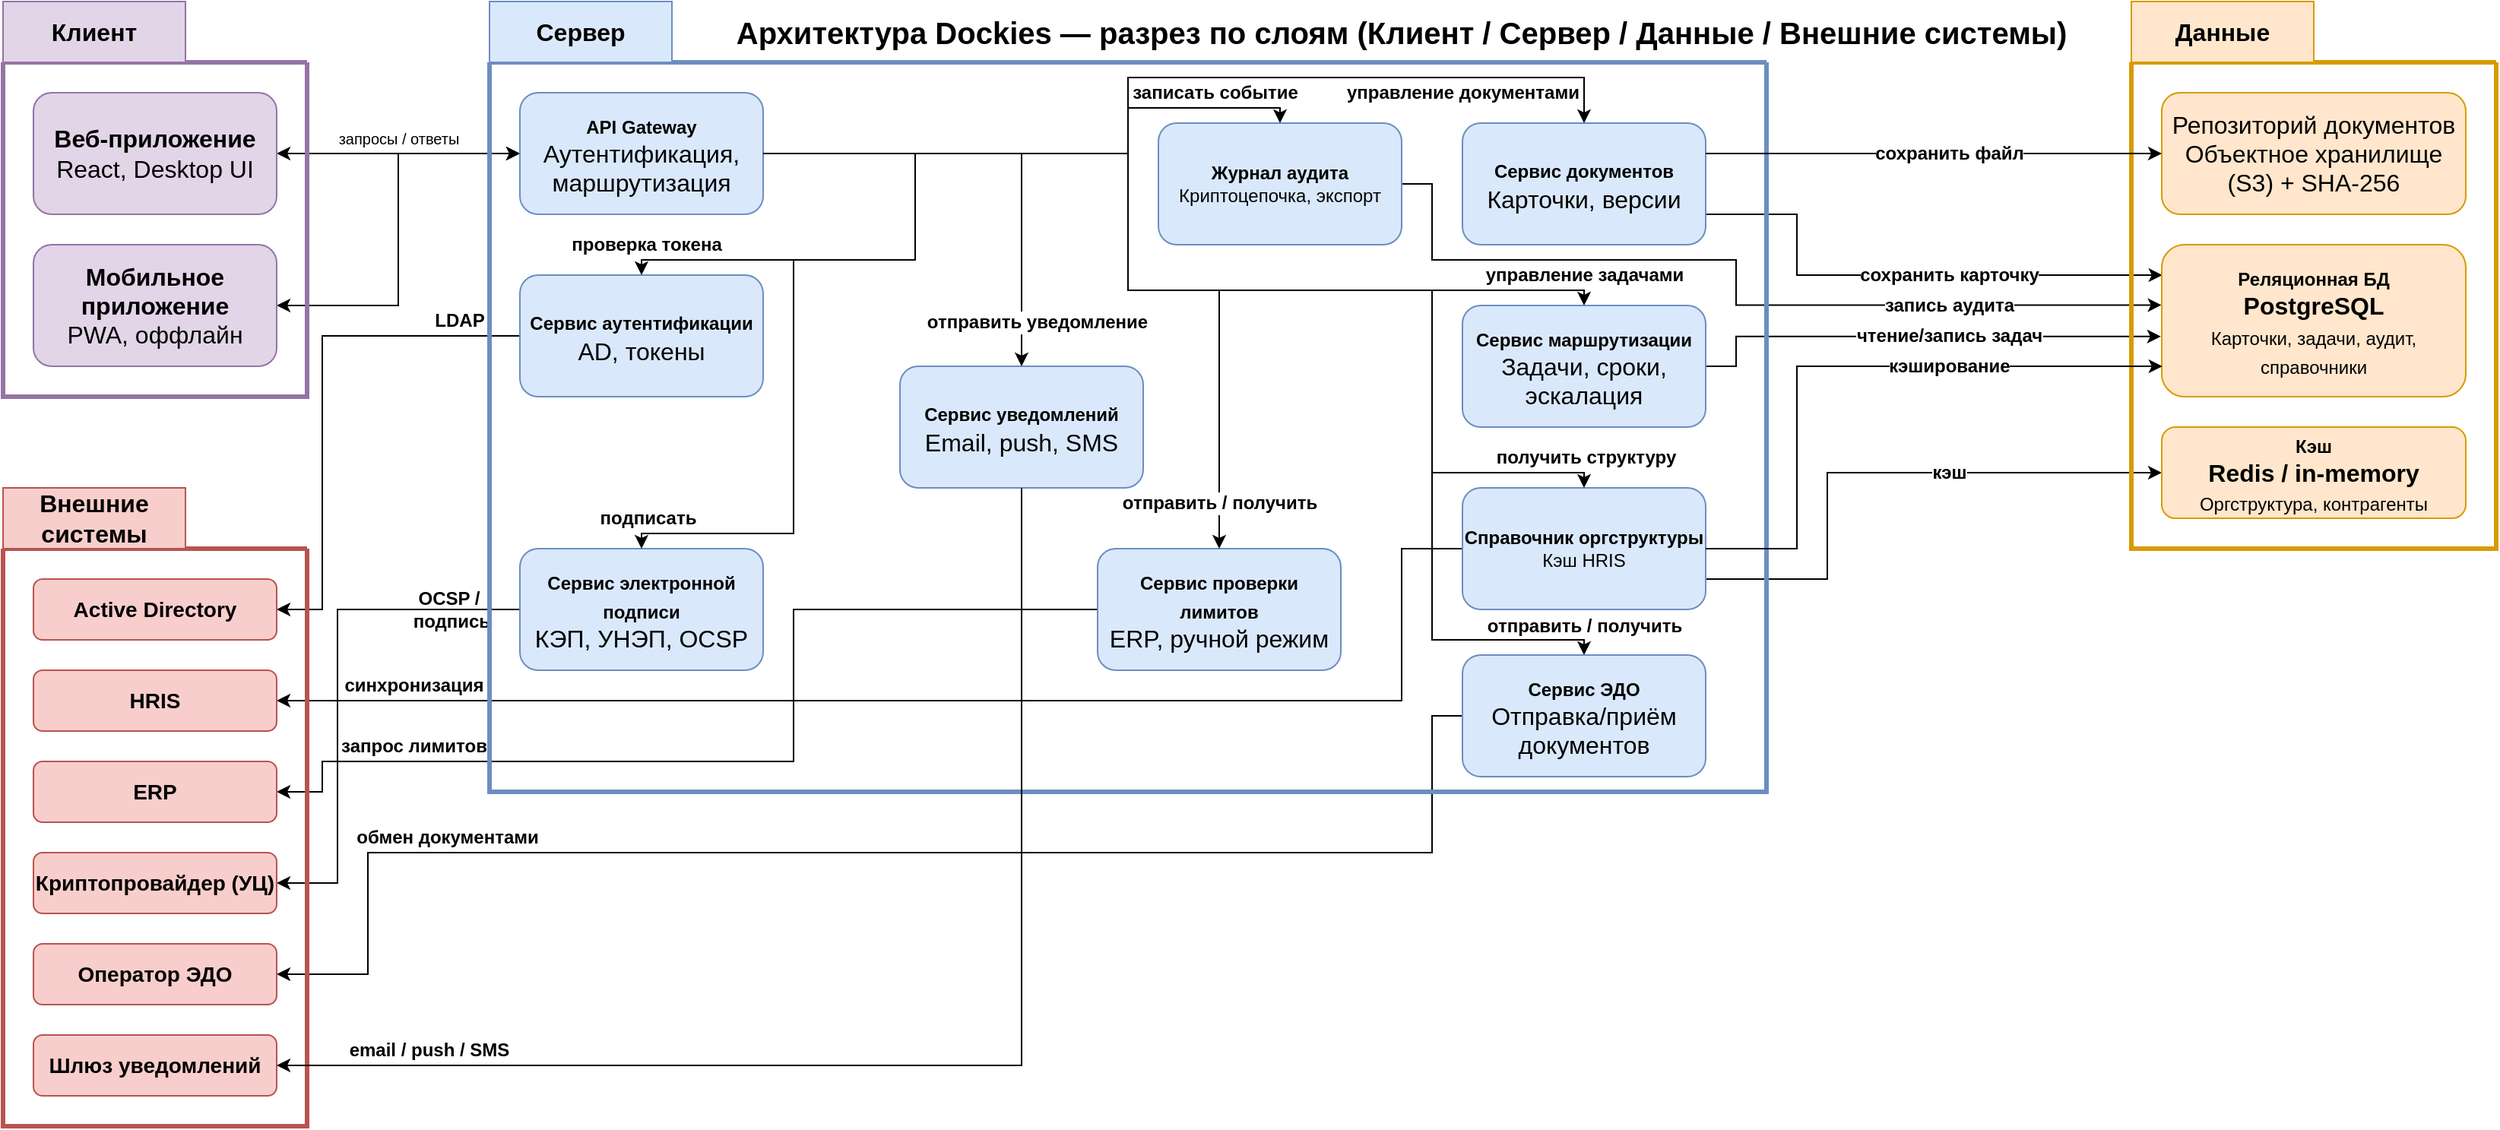
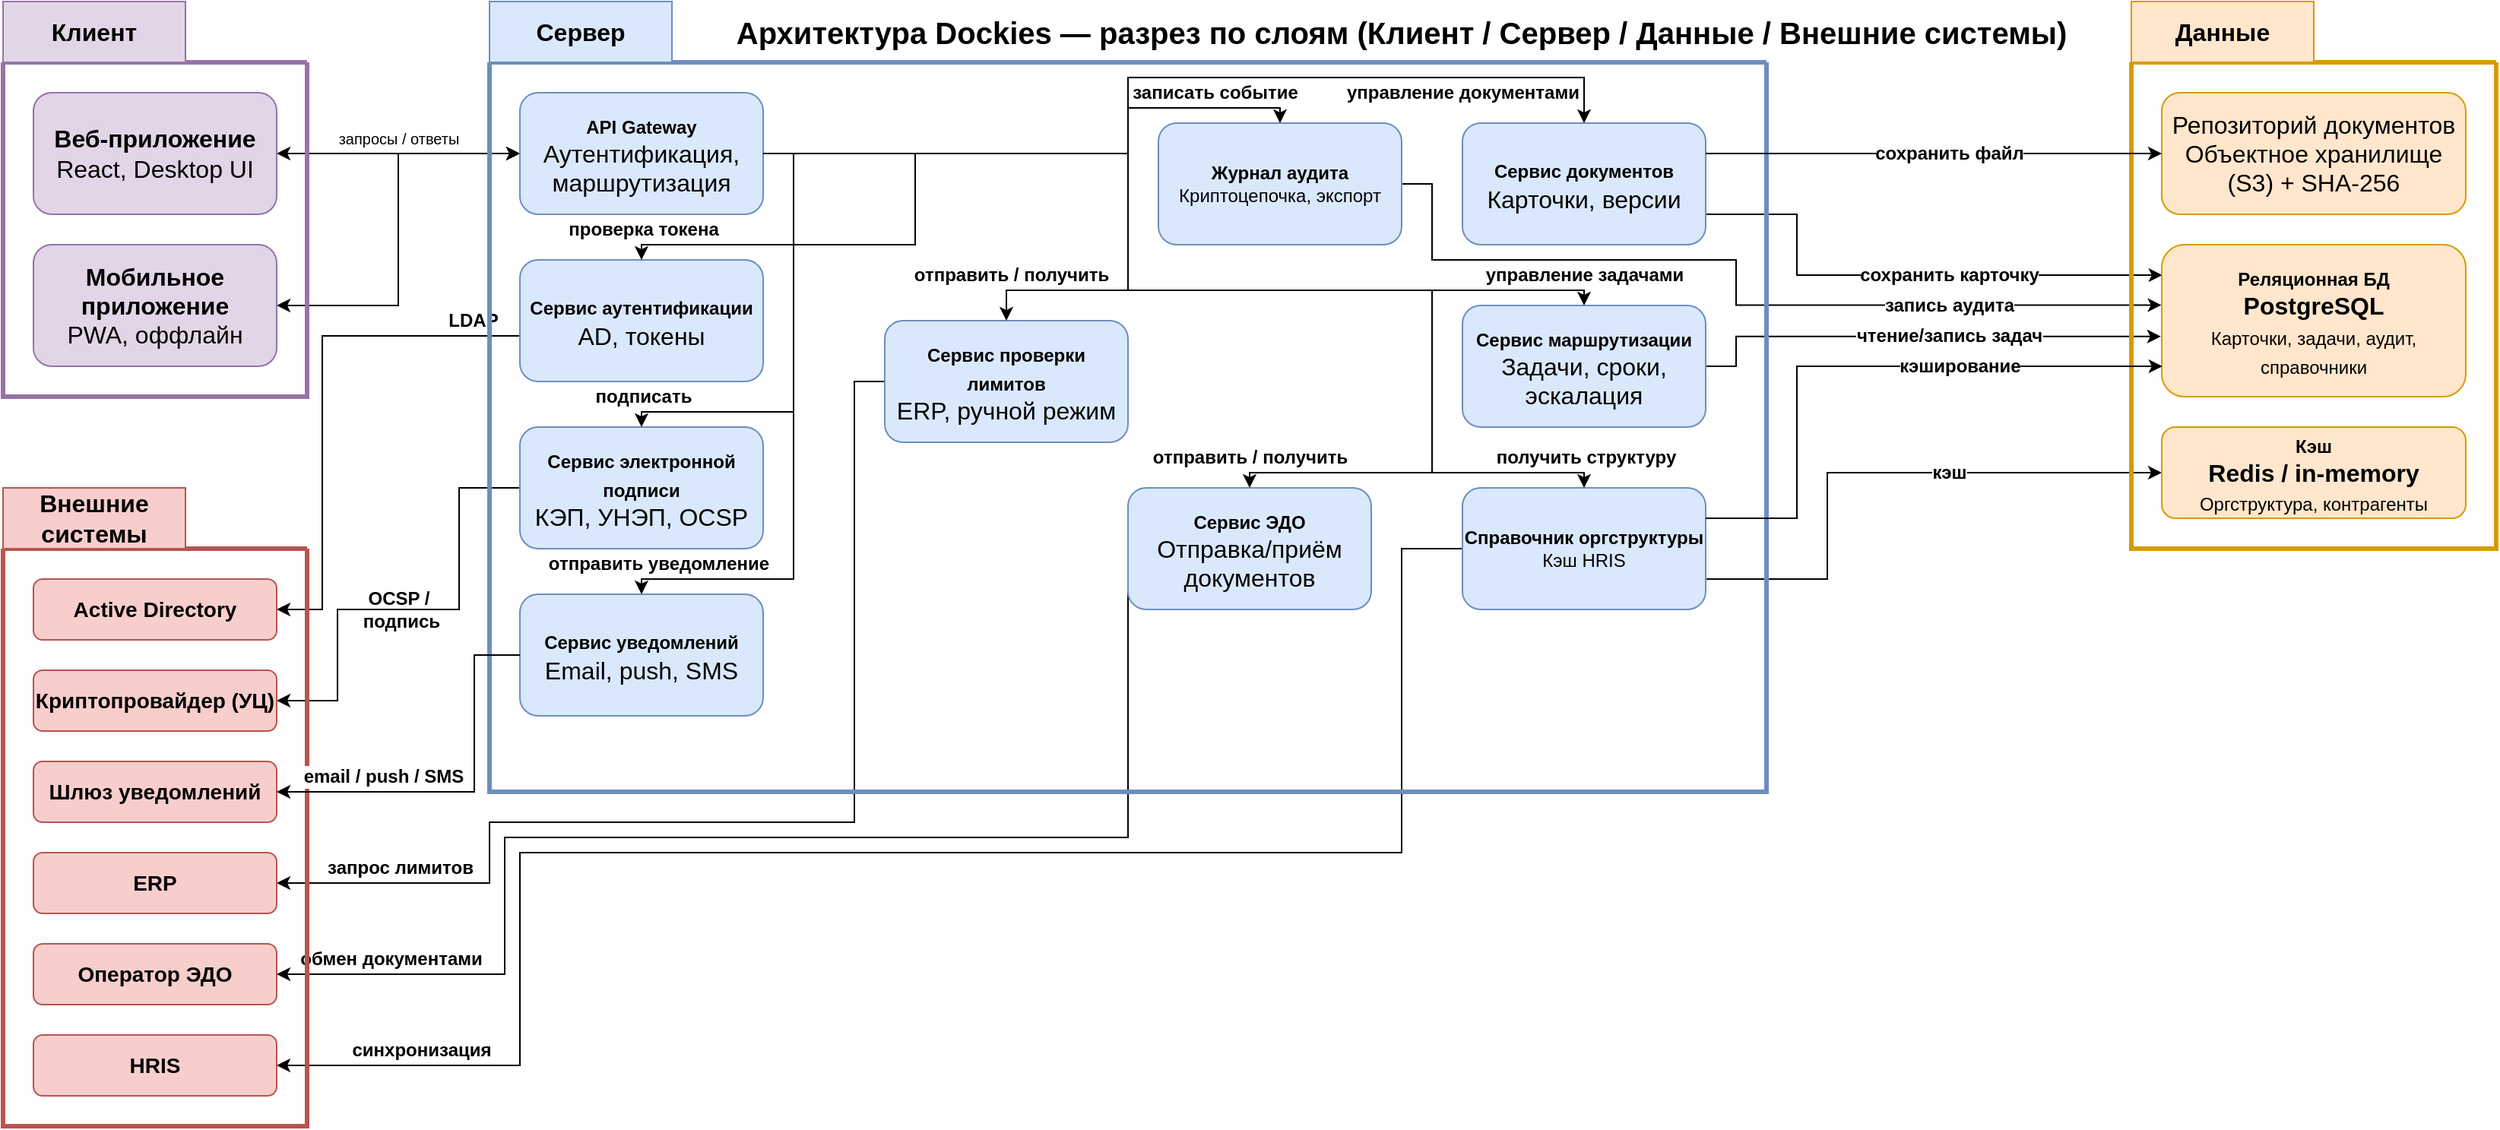
- <mxfile host="drawio-plugin" modified="2026-05-21T10:38:39.783Z" agent="Mozilla/5.0 (Windows NT 10.0; Win64; x64) AppleWebKit/537.36 (KHTML, like Gecko) Chrome/137.0.0.0 Safari/537.36" etag="YLX0ZK_nPdJwu-lQaktw" version="22.1.22" type="embed">
+ <mxfile host="drawio-plugin" modified="2026-05-22T07:47:59.079Z" agent="Mozilla/5.0 (Windows NT 10.0; Win64; x64) AppleWebKit/537.36 (KHTML, like Gecko) Chrome/137.0.0.0 Safari/537.36" etag="P54Xa8t3aouXkAPb5ZQd" version="22.1.22" type="embed">
  <diagram name="Компоненты Dockies по слоям" id="components-dockies-layered">
-     <mxGraphModel dx="2271" dy="351" grid="1" gridSize="10" guides="1" tooltips="1" connect="1" arrows="1" fold="1" page="1" pageScale="1" pageWidth="1600" pageHeight="1200" math="0" shadow="0">
+     <mxGraphModel dx="2309" dy="414" grid="1" gridSize="10" guides="1" tooltips="1" connect="1" arrows="1" fold="1" page="1" pageScale="1" pageWidth="1600" pageHeight="1200" math="0" shadow="0">
      <root>
        <mxCell id="0" />
        <mxCell id="1" parent="0" />
        <mxCell id="sign-to-crypto" value="&lt;b&gt;&lt;font style=&quot;font-size: 12px;&quot;&gt;OCSP /&lt;br&gt;&amp;nbsp;подпись&lt;/font&gt;&lt;/b&gt;" style="edgeStyle=orthogonalEdgeStyle;rounded=0;orthogonalLoop=1;jettySize=auto;html=1;endArrow=classic;endFill=1;fontSize=10;entryX=1;entryY=0.5;entryDx=0;entryDy=0;exitX=0;exitY=0.5;exitDx=0;exitDy=0;labelBackgroundColor=none;" parent="1" source="19" target="9" edge="1">
-           <mxGeometry x="-0.7209" relative="1" as="geometry">
+           <mxGeometry x="0.0666" relative="1" as="geometry">
            <mxPoint x="640" y="580.0344827586207" as="sourcePoint" />
            <Array as="points">
+               <mxPoint x="180" y="320" />
+               <mxPoint x="180" y="400" />
              <mxPoint x="100" y="400" />
-               <mxPoint x="100" y="580" />
+               <mxPoint x="100" y="460" />
+               <mxPoint x="60" y="460" />
            </Array>
            <mxPoint as="offset" />
          </mxGeometry>
        </mxCell>
        <mxCell id="title" value="&lt;b&gt;Архитектура Dockies — разрез по слоям (Клиент / Сервер / Данные / Внешние системы)&lt;/b&gt;" style="text;html=1;strokeColor=none;fillColor=none;align=center;verticalAlign=middle;whiteSpace=wrap;rounded=0;fontSize=20;" parent="1" vertex="1">
          <mxGeometry x="320" width="960" height="40" as="geometry" />
        </mxCell>
        <mxCell id="web-to-gw" value="запросы / ответы" style="edgeStyle=orthogonalEdgeStyle;rounded=0;orthogonalLoop=1;jettySize=auto;html=1;endArrow=classic;endFill=1;fontSize=10;entryX=0;entryY=0.5;entryDx=0;entryDy=0;startArrow=classic;startFill=1;" parent="1" source="web-ui" target="14" edge="1">
          <mxGeometry y="10" relative="1" as="geometry">
            <mxPoint as="offset" />
          </mxGeometry>
        </mxCell>
        <mxCell id="mobile-to-gw" value="" style="edgeStyle=orthogonalEdgeStyle;rounded=0;orthogonalLoop=1;jettySize=auto;html=1;endArrow=classic;endFill=1;fontSize=10;entryX=0;entryY=0.5;entryDx=0;entryDy=0;startArrow=classic;startFill=1;" parent="1" source="mobile-ui" target="14" edge="1">
          <mxGeometry x="-0.6154" y="10" relative="1" as="geometry">
            <mxPoint as="offset" />
          </mxGeometry>
        </mxCell>
        <mxCell id="doc-to-repo" value="сохранить карточку" style="edgeStyle=orthogonalEdgeStyle;rounded=0;orthogonalLoop=1;jettySize=auto;html=1;endArrow=classic;endFill=1;fontSize=12;exitX=1;exitY=0.75;exitDx=0;exitDy=0;entryX=0.002;entryY=0.197;entryDx=0;entryDy=0;fontStyle=1;entryPerimeter=0;" parent="1" source="15" target="31" edge="1">
          <mxGeometry x="0.1741" relative="1" as="geometry">
            <Array as="points">
              <mxPoint x="1060" y="140" />
              <mxPoint x="1060" y="180" />
              <mxPoint x="1300" y="180" />
            </Array>
            <mxPoint as="offset" />
          </mxGeometry>
        </mxCell>
        <mxCell id="route-to-db" value="чтение/запись задач" style="edgeStyle=orthogonalEdgeStyle;rounded=0;orthogonalLoop=1;jettySize=auto;html=1;endArrow=classic;endFill=1;fontSize=12;exitX=1;exitY=0.5;exitDx=0;exitDy=0;entryX=-0.003;entryY=0.604;entryDx=0;entryDy=0;fontStyle=1;entryPerimeter=0;" parent="1" source="17" target="31" edge="1">
          <mxGeometry x="0.126" relative="1" as="geometry">
            <Array as="points">
              <mxPoint x="1020" y="240" />
              <mxPoint x="1020" y="220" />
            </Array>
            <mxPoint as="offset" />
          </mxGeometry>
        </mxCell>
        <mxCell id="audit-to-db" value="запись аудита" style="edgeStyle=orthogonalEdgeStyle;rounded=0;orthogonalLoop=1;jettySize=auto;html=1;endArrow=classic;endFill=1;fontSize=12;entryX=-0.001;entryY=0.397;entryDx=0;entryDy=0;exitX=1;exitY=0.5;exitDx=0;exitDy=0;fontStyle=1;entryPerimeter=0;" parent="1" source="audit-srv" target="31" edge="1">
          <mxGeometry x="0.5175" relative="1" as="geometry">
            <Array as="points">
              <mxPoint x="820" y="120" />
              <mxPoint x="820" y="170" />
              <mxPoint x="1020" y="170" />
              <mxPoint x="1020" y="200" />
            </Array>
            <mxPoint as="offset" />
          </mxGeometry>
        </mxCell>
        <mxCell id="org-to-cache" value="кэш" style="edgeStyle=orthogonalEdgeStyle;rounded=0;orthogonalLoop=1;jettySize=auto;html=1;endArrow=classic;endFill=1;fontSize=12;entryX=0;entryY=0.5;entryDx=0;entryDy=0;exitX=1;exitY=0.75;exitDx=0;exitDy=0;fontStyle=1" parent="1" source="org-srv" target="33" edge="1">
          <mxGeometry x="0.2432" relative="1" as="geometry">
            <Array as="points">
              <mxPoint x="1080" y="380" />
              <mxPoint x="1080" y="310" />
            </Array>
            <mxPoint as="offset" />
          </mxGeometry>
        </mxCell>
        <mxCell id="auth-to-ad" value="&lt;b&gt;&lt;font style=&quot;font-size: 12px;&quot;&gt;LDAP&lt;/font&gt;&lt;/b&gt;" style="edgeStyle=orthogonalEdgeStyle;rounded=0;orthogonalLoop=1;jettySize=auto;html=1;endArrow=classic;endFill=1;fontSize=10;entryX=1;entryY=0.5;entryDx=0;entryDy=0;exitX=0;exitY=0.5;exitDx=0;exitDy=0;" parent="1" source="18" target="5" edge="1">
          <mxGeometry x="-0.7647" y="-10" relative="1" as="geometry">
            <Array as="points">
              <mxPoint x="90" y="220" />
              <mxPoint x="90" y="400" />
            </Array>
            <mxPoint as="offset" />
          </mxGeometry>
        </mxCell>
        <mxCell id="org-to-hris" value="синхронизация" style="edgeStyle=orthogonalEdgeStyle;rounded=0;orthogonalLoop=1;jettySize=auto;html=1;endArrow=classic;endFill=1;fontSize=12;entryX=1;entryY=0.5;entryDx=0;entryDy=0;fontStyle=1" parent="1" source="org-srv" target="6" edge="1">
-           <mxGeometry x="0.7955" y="-10" relative="1" as="geometry">
+           <mxGeometry x="0.8302" y="-10" relative="1" as="geometry">
            <Array as="points">
              <mxPoint x="800" y="360" />
-               <mxPoint x="800" y="460" />
+               <mxPoint x="800" y="560" />
+               <mxPoint x="220" y="560" />
+               <mxPoint x="220" y="700" />
            </Array>
            <mxPoint as="offset" />
          </mxGeometry>
        </mxCell>
        <mxCell id="limit-to-erp" value="запрос лимитов" style="edgeStyle=orthogonalEdgeStyle;rounded=0;orthogonalLoop=1;jettySize=auto;html=1;endArrow=classic;endFill=1;fontSize=12;entryX=1;entryY=0.5;entryDx=0;entryDy=0;exitX=0;exitY=0.5;exitDx=0;exitDy=0;fontStyle=1" parent="1" source="62" target="8" edge="1">
-           <mxGeometry x="0.6667" y="-10" relative="1" as="geometry">
+           <mxGeometry x="0.7778" y="-10" relative="1" as="geometry">
            <mxPoint x="440" y="780" as="sourcePoint" />
            <Array as="points">
-               <mxPoint x="400" y="400" />
-               <mxPoint x="400" y="500" />
-               <mxPoint x="90" y="500" />
-               <mxPoint x="90" y="520" />
+               <mxPoint x="440" y="250" />
+               <mxPoint x="440" y="540" />
+               <mxPoint x="200" y="540" />
+               <mxPoint x="200" y="580" />
            </Array>
            <mxPoint as="offset" />
          </mxGeometry>
        </mxCell>
        <mxCell id="edo-to-ext" value="&lt;b&gt;&lt;font style=&quot;font-size: 12px;&quot;&gt;обмен документами&lt;/font&gt;&lt;/b&gt;" style="edgeStyle=orthogonalEdgeStyle;rounded=0;orthogonalLoop=1;jettySize=auto;html=1;endArrow=classic;endFill=1;fontSize=10;entryX=1;entryY=0.5;entryDx=0;entryDy=0;exitX=0;exitY=0.5;exitDx=0;exitDy=0;" parent="1" source="59" target="10" edge="1">
-           <mxGeometry x="0.596" y="-10" relative="1" as="geometry">
-             <Array as="points">
-               <mxPoint x="820" y="470" />
-               <mxPoint x="820" y="560" />
-               <mxPoint x="120" y="560" />
-               <mxPoint x="120" y="640" />
+           <mxGeometry x="0.8218" y="-10" relative="1" as="geometry">
+             <Array as="points">
+               <mxPoint x="620" y="550" />
+               <mxPoint x="210" y="550" />
+               <mxPoint x="210" y="640" />
            </Array>
            <mxPoint as="offset" />
          </mxGeometry>
        </mxCell>
        <mxCell id="3" value="" style="swimlane;startSize=0;strokeWidth=3;fillColor=#e1d5e7;fillStyle=solid;perimeterSpacing=0;swimlaneLine=0;glass=0;labelBackgroundColor=none;labelBorderColor=none;noLabel=1;strokeColor=#9673a6;" parent="1" vertex="1">
          <mxGeometry x="-120" y="40" width="200" height="220" as="geometry" />
        </mxCell>
        <mxCell id="web-ui" value="&lt;b style=&quot;font-size: 16px;&quot;&gt;Веб-приложение&lt;/b&gt;&lt;br style=&quot;font-size: 16px;&quot;&gt;React, Desktop UI" style="rounded=1;whiteSpace=wrap;html=1;fontSize=16;fillColor=#e1d5e7;strokeColor=#9673a6;" parent="3" vertex="1">
          <mxGeometry x="20" y="20" width="160" height="80" as="geometry" />
        </mxCell>
        <mxCell id="mobile-ui" value="&lt;b style=&quot;font-size: 16px;&quot;&gt;Мобильное приложение&lt;/b&gt;&lt;br style=&quot;font-size: 16px;&quot;&gt;PWA, оффлайн" style="rounded=1;whiteSpace=wrap;html=1;fontSize=16;fillColor=#e1d5e7;strokeColor=#9673a6;" parent="3" vertex="1">
          <mxGeometry x="20" y="120" width="160" height="80" as="geometry" />
        </mxCell>
        <mxCell id="legend-client" value="Клиент" style="rounded=1;whiteSpace=wrap;html=1;fillColor=#e1d5e7;strokeColor=#9673a6;fontSize=16;arcSize=0;fontStyle=1" parent="3" vertex="1">
          <mxGeometry y="-40" width="120" height="40" as="geometry" />
        </mxCell>
        <mxCell id="4" value="" style="swimlane;startSize=0;strokeWidth=3;fillColor=#f8cecc;fillStyle=solid;perimeterSpacing=0;swimlaneLine=0;glass=0;labelBackgroundColor=none;labelBorderColor=none;noLabel=1;strokeColor=#b85450;" parent="1" vertex="1">
          <mxGeometry x="-120" y="360" width="200" height="380" as="geometry" />
        </mxCell>
        <mxCell id="5" value="&lt;span style=&quot;border-color: rgb(218, 220, 224); font-size: 14px;&quot;&gt;Active Directory&lt;/span&gt;" style="rounded=1;whiteSpace=wrap;html=1;fontSize=14;fillColor=#f8cecc;strokeColor=#b85450;fontStyle=1" parent="4" vertex="1">
          <mxGeometry x="20" y="20" width="160" height="40" as="geometry" />
        </mxCell>
        <mxCell id="6" value="&lt;span style=&quot;border-color: rgb(218, 220, 224); font-size: 14px;&quot;&gt;HRIS&lt;/span&gt;" style="rounded=1;whiteSpace=wrap;html=1;fontSize=14;fillColor=#f8cecc;strokeColor=#b85450;fontStyle=1" parent="4" vertex="1">
-           <mxGeometry x="20" y="80" width="160" height="40" as="geometry" />
+           <mxGeometry x="20" y="320" width="160" height="40" as="geometry" />
        </mxCell>
        <mxCell id="7" value="Внешние системы" style="rounded=1;whiteSpace=wrap;html=1;fillColor=#f8cecc;strokeColor=#b85450;fontSize=16;arcSize=0;fontStyle=1" parent="4" vertex="1">
          <mxGeometry y="-40" width="120" height="40" as="geometry" />
        </mxCell>
        <mxCell id="8" value="&lt;span style=&quot;border-color: rgb(218, 220, 224); font-size: 14px;&quot;&gt;ERP&lt;/span&gt;" style="rounded=1;whiteSpace=wrap;html=1;fontSize=14;fillColor=#f8cecc;strokeColor=#b85450;fontStyle=1" parent="4" vertex="1">
-           <mxGeometry x="20" y="140" width="160" height="40" as="geometry" />
+           <mxGeometry x="20" y="200" width="160" height="40" as="geometry" />
        </mxCell>
        <mxCell id="9" value="&lt;span style=&quot;border-color: rgb(218, 220, 224); font-size: 14px;&quot;&gt;Криптопровайдер (УЦ)&lt;/span&gt;" style="rounded=1;whiteSpace=wrap;html=1;fontSize=14;fillColor=#f8cecc;strokeColor=#b85450;fontStyle=1" parent="4" vertex="1">
-           <mxGeometry x="20" y="200" width="160" height="40" as="geometry" />
+           <mxGeometry x="20" y="80" width="160" height="40" as="geometry" />
        </mxCell>
        <mxCell id="10" value="&lt;span style=&quot;border-color: rgb(218, 220, 224); font-size: 14px;&quot;&gt;Оператор ЭДО&lt;/span&gt;" style="rounded=1;whiteSpace=wrap;html=1;fontSize=14;fillColor=#f8cecc;strokeColor=#b85450;fontStyle=1" parent="4" vertex="1">
          <mxGeometry x="20" y="260" width="160" height="40" as="geometry" />
        </mxCell>
        <mxCell id="65" value="Шлюз уведомлений" style="rounded=1;whiteSpace=wrap;html=1;fontSize=14;fillColor=#f8cecc;strokeColor=#b85450;fontStyle=1" parent="4" vertex="1">
-           <mxGeometry x="20" y="320" width="160" height="40" as="geometry" />
+           <mxGeometry x="20" y="140" width="160" height="40" as="geometry" />
        </mxCell>
        <mxCell id="13" value="" style="swimlane;startSize=0;strokeWidth=3;fillColor=#dae8fc;fillStyle=solid;perimeterSpacing=0;swimlaneLine=0;glass=0;labelBackgroundColor=none;labelBorderColor=none;noLabel=1;strokeColor=#6c8ebf;" parent="1" vertex="1">
          <mxGeometry x="200" y="40" width="840" height="480" as="geometry" />
        </mxCell>
        <mxCell id="14" value="&lt;b style=&quot;border-color: rgb(218, 220, 224); font-size: 12px;&quot;&gt;API Gateway&lt;/b&gt;&lt;br style=&quot;border-color: rgb(218, 220, 224); font-size: 12px;&quot;&gt;Аутентификация, маршрутизация" style="rounded=1;whiteSpace=wrap;html=1;fontSize=16;fillColor=#dae8fc;strokeColor=#6c8ebf;" parent="13" vertex="1">
          <mxGeometry x="20" y="20" width="160" height="80" as="geometry" />
        </mxCell>
        <mxCell id="15" value="&lt;b style=&quot;border-color: rgb(218, 220, 224); font-size: 12px;&quot;&gt;Сервис документов&lt;/b&gt;&lt;br style=&quot;border-color: rgb(218, 220, 224); font-size: 12px;&quot;&gt;Карточки, версии" style="rounded=1;whiteSpace=wrap;html=1;fontSize=16;fillColor=#dae8fc;strokeColor=#6c8ebf;" parent="13" vertex="1">
          <mxGeometry x="640" y="40" width="160" height="80" as="geometry" />
        </mxCell>
        <mxCell id="16" value="Сервер" style="rounded=1;whiteSpace=wrap;html=1;fillColor=#dae8fc;strokeColor=#6c8ebf;fontSize=16;arcSize=0;fontStyle=1" parent="13" vertex="1">
          <mxGeometry y="-40" width="120" height="40" as="geometry" />
        </mxCell>
        <mxCell id="17" value="&lt;b style=&quot;border-color: rgb(218, 220, 224); font-size: 12px;&quot;&gt;Сервис маршрутизации&lt;/b&gt;&lt;br style=&quot;border-color: rgb(218, 220, 224); font-size: 12px;&quot;&gt;Задачи, сроки, эскалация" style="rounded=1;whiteSpace=wrap;html=1;fontSize=16;fillColor=#dae8fc;strokeColor=#6c8ebf;" parent="13" vertex="1">
          <mxGeometry x="640" y="160" width="160" height="80" as="geometry" />
        </mxCell>
        <mxCell id="18" value="&lt;b style=&quot;border-color: rgb(218, 220, 224); font-size: 12px;&quot;&gt;Сервис аутентификации&lt;/b&gt;&lt;br style=&quot;border-color: rgb(218, 220, 224); font-size: 12px;&quot;&gt;AD, токены" style="rounded=1;whiteSpace=wrap;html=1;fontSize=16;fillColor=#dae8fc;strokeColor=#6c8ebf;" parent="13" vertex="1">
-           <mxGeometry x="20" y="140" width="160" height="80" as="geometry" />
+           <mxGeometry x="20" y="130" width="160" height="80" as="geometry" />
        </mxCell>
        <mxCell id="19" value="&lt;b style=&quot;border-color: rgb(218, 220, 224); font-size: 12px;&quot;&gt;Сервис электронной подписи&lt;/b&gt;&lt;br style=&quot;border-color: rgb(218, 220, 224); font-size: 12px;&quot;&gt;КЭП, УНЭП, OCSP" style="rounded=1;whiteSpace=wrap;html=1;fontSize=16;fillColor=#dae8fc;strokeColor=#6c8ebf;" parent="13" vertex="1">
-           <mxGeometry x="20" y="320" width="160" height="80" as="geometry" />
+           <mxGeometry x="20" y="240" width="160" height="80" as="geometry" />
        </mxCell>
        <mxCell id="audit-srv" value="&lt;b&gt;Журнал аудита&lt;/b&gt;&lt;br&gt;Криптоцепочка, экспорт" style="rounded=1;whiteSpace=wrap;html=1;fillColor=#dae8fc;strokeColor=#6c8ebf;fontSize=12;" parent="13" vertex="1">
          <mxGeometry x="440" y="40" width="160" height="80" as="geometry" />
        </mxCell>
        <mxCell id="36" value="" style="edgeStyle=orthogonalEdgeStyle;rounded=0;orthogonalLoop=1;jettySize=auto;html=1;endArrow=classic;endFill=1;fontSize=10;exitX=1;exitY=0.5;exitDx=0;exitDy=0;entryX=0.5;entryY=0;entryDx=0;entryDy=0;" parent="13" source="14" target="15" edge="1">
          <mxGeometry x="0.5172" relative="1" as="geometry">
            <mxPoint x="270" y="39.97" as="sourcePoint" />
            <mxPoint x="770" y="39.97" as="targetPoint" />
            <Array as="points">
              <mxPoint x="420" y="60" />
              <mxPoint x="420" y="10" />
              <mxPoint x="720" y="10" />
            </Array>
            <mxPoint as="offset" />
          </mxGeometry>
        </mxCell>
        <mxCell id="44" value="управление документами" style="edgeLabel;html=1;align=center;verticalAlign=middle;resizable=0;points=[];fontStyle=1;fontSize=12;" parent="36" vertex="1" connectable="0">
          <mxGeometry x="0.6224" y="1" relative="1" as="geometry">
            <mxPoint x="7" y="11" as="offset" />
          </mxGeometry>
        </mxCell>
        <mxCell id="37" value="" style="edgeStyle=orthogonalEdgeStyle;rounded=0;orthogonalLoop=1;jettySize=auto;html=1;endArrow=classic;endFill=1;fontSize=10;exitX=1;exitY=0.5;exitDx=0;exitDy=0;entryX=0.5;entryY=0;entryDx=0;entryDy=0;" parent="13" source="14" target="audit-srv" edge="1">
          <mxGeometry x="0.5172" relative="1" as="geometry">
            <mxPoint x="190" y="50" as="sourcePoint" />
            <mxPoint x="530" y="30" as="targetPoint" />
            <Array as="points">
              <mxPoint x="420" y="60" />
              <mxPoint x="420" y="30" />
              <mxPoint x="520" y="30" />
            </Array>
            <mxPoint as="offset" />
          </mxGeometry>
        </mxCell>
        <mxCell id="43" value="&lt;font style=&quot;font-size: 12px;&quot;&gt;&lt;b&gt;записать событие&lt;/b&gt;&lt;/font&gt;" style="edgeLabel;html=1;align=center;verticalAlign=middle;resizable=0;points=[];" parent="37" vertex="1" connectable="0">
          <mxGeometry x="0.7011" y="-1" relative="1" as="geometry">
            <mxPoint x="4" y="-11" as="offset" />
          </mxGeometry>
        </mxCell>
        <mxCell id="org-srv" value="&lt;b&gt;Справочник оргструктуры&lt;/b&gt;&lt;br&gt;Кэш HRIS" style="rounded=1;whiteSpace=wrap;html=1;fillColor=#dae8fc;strokeColor=#6c8ebf;fontSize=12;" parent="13" vertex="1">
          <mxGeometry x="640" y="280" width="160" height="80" as="geometry" />
        </mxCell>
        <mxCell id="41" value="" style="edgeStyle=orthogonalEdgeStyle;rounded=0;orthogonalLoop=1;jettySize=auto;html=1;endArrow=classic;endFill=1;fontSize=10;exitX=1;exitY=0.5;exitDx=0;exitDy=0;entryX=0.5;entryY=0;entryDx=0;entryDy=0;" parent="13" source="14" target="17" edge="1">
          <mxGeometry x="0.5172" relative="1" as="geometry">
            <mxPoint x="190" y="70" as="sourcePoint" />
            <mxPoint x="730" y="50" as="targetPoint" />
            <Array as="points">
              <mxPoint x="420" y="60" />
              <mxPoint x="420" y="150" />
              <mxPoint x="720" y="150" />
            </Array>
            <mxPoint as="offset" />
          </mxGeometry>
        </mxCell>
        <mxCell id="45" value="&lt;font style=&quot;font-size: 12px;&quot;&gt;&lt;b&gt;управление задачами&lt;/b&gt;&lt;/font&gt;" style="edgeLabel;html=1;align=center;verticalAlign=middle;resizable=0;points=[];" parent="41" vertex="1" connectable="0">
          <mxGeometry x="0.7842" y="1" relative="1" as="geometry">
            <mxPoint x="59" y="-9" as="offset" />
          </mxGeometry>
        </mxCell>
        <mxCell id="42" value="" style="edgeStyle=orthogonalEdgeStyle;rounded=0;orthogonalLoop=1;jettySize=auto;html=1;endArrow=classic;endFill=1;fontSize=10;exitX=1;exitY=0.5;exitDx=0;exitDy=0;entryX=0.5;entryY=0;entryDx=0;entryDy=0;" parent="13" source="14" target="org-srv" edge="1">
          <mxGeometry x="0.5172" relative="1" as="geometry">
            <mxPoint x="190" y="70" as="sourcePoint" />
            <mxPoint x="730" y="170" as="targetPoint" />
            <Array as="points">
              <mxPoint x="420" y="60" />
              <mxPoint x="420" y="150" />
              <mxPoint x="620" y="150" />
              <mxPoint x="620" y="270" />
              <mxPoint x="720" y="270" />
            </Array>
            <mxPoint as="offset" />
          </mxGeometry>
        </mxCell>
        <mxCell id="46" value="получить структуру" style="edgeLabel;html=1;align=center;verticalAlign=middle;resizable=0;points=[];fontSize=12;fontStyle=1" parent="42" vertex="1" connectable="0">
          <mxGeometry x="0.8928" relative="1" as="geometry">
            <mxPoint x="31" y="-10" as="offset" />
          </mxGeometry>
        </mxCell>
        <mxCell id="47" value="" style="edgeStyle=orthogonalEdgeStyle;rounded=0;orthogonalLoop=1;jettySize=auto;html=1;endArrow=classic;endFill=1;fontSize=10;exitX=1;exitY=0.5;exitDx=0;exitDy=0;entryX=0.5;entryY=0;entryDx=0;entryDy=0;" parent="13" source="14" target="18" edge="1">
          <mxGeometry x="0.5172" relative="1" as="geometry">
            <mxPoint x="190" y="70" as="sourcePoint" />
            <mxPoint x="730" y="290" as="targetPoint" />
            <Array as="points">
              <mxPoint x="280" y="60" />
-               <mxPoint x="280" y="130" />
-               <mxPoint x="100" y="130" />
+               <mxPoint x="280" y="120" />
+               <mxPoint x="100" y="120" />
            </Array>
            <mxPoint as="offset" />
          </mxGeometry>
        </mxCell>
        <mxCell id="49" value="&lt;b&gt;&lt;font style=&quot;font-size: 12px;&quot;&gt;проверка токена&lt;/font&gt;&lt;/b&gt;" style="edgeLabel;html=1;align=center;verticalAlign=middle;resizable=0;points=[];" parent="47" vertex="1" connectable="0">
          <mxGeometry x="0.6421" relative="1" as="geometry">
            <mxPoint x="-52" y="-10" as="offset" />
          </mxGeometry>
        </mxCell>
        <mxCell id="51" value="" style="edgeStyle=orthogonalEdgeStyle;rounded=0;orthogonalLoop=1;jettySize=auto;html=1;endArrow=classic;endFill=1;fontSize=10;exitX=1;exitY=0.5;exitDx=0;exitDy=0;entryX=0.5;entryY=0;entryDx=0;entryDy=0;" parent="13" source="14" target="19" edge="1">
          <mxGeometry x="0.5172" relative="1" as="geometry">
            <mxPoint x="190" y="70" as="sourcePoint" />
            <mxPoint x="110" y="150" as="targetPoint" />
            <Array as="points">
              <mxPoint x="280" y="60" />
-               <mxPoint x="280" y="130" />
-               <mxPoint x="200" y="130" />
-               <mxPoint x="200" y="310" />
-               <mxPoint x="100" y="310" />
+               <mxPoint x="280" y="120" />
+               <mxPoint x="200" y="120" />
+               <mxPoint x="200" y="230" />
+               <mxPoint x="100" y="230" />
            </Array>
            <mxPoint as="offset" />
          </mxGeometry>
        </mxCell>
        <mxCell id="52" value="подписать" style="edgeLabel;html=1;align=center;verticalAlign=middle;resizable=0;points=[];fontStyle=1;fontSize=12;" parent="51" vertex="1" connectable="0">
          <mxGeometry x="0.6421" relative="1" as="geometry">
-             <mxPoint x="-83" y="-10" as="offset" />
+             <mxPoint x="-72" y="-10" as="offset" />
          </mxGeometry>
        </mxCell>
        <mxCell id="53" value="&lt;b style=&quot;border-color: rgb(218, 220, 224); font-size: 12px;&quot;&gt;Сервис уведомлений&lt;/b&gt;&lt;br style=&quot;border-color: rgb(218, 220, 224); font-size: 12px;&quot;&gt;Email, push, SMS" style="rounded=1;whiteSpace=wrap;html=1;fontSize=16;fillColor=#dae8fc;strokeColor=#6c8ebf;" parent="13" vertex="1">
-           <mxGeometry x="270" y="200" width="160" height="80" as="geometry" />
+           <mxGeometry x="20" y="350" width="160" height="80" as="geometry" />
        </mxCell>
        <mxCell id="54" value="" style="edgeStyle=orthogonalEdgeStyle;rounded=0;orthogonalLoop=1;jettySize=auto;html=1;endArrow=classic;endFill=1;fontSize=10;exitX=1;exitY=0.5;exitDx=0;exitDy=0;entryX=0.5;entryY=0;entryDx=0;entryDy=0;" parent="13" source="14" target="53" edge="1">
          <mxGeometry x="0.5172" relative="1" as="geometry">
            <mxPoint x="110" y="330" as="sourcePoint" />
            <mxPoint x="190" y="70" as="targetPoint" />
-             <Array as="points" />
+             <Array as="points">
+               <mxPoint x="200" y="60" />
+               <mxPoint x="200" y="340" />
+               <mxPoint x="100" y="340" />
+             </Array>
            <mxPoint as="offset" />
          </mxGeometry>
        </mxCell>
        <mxCell id="55" value="отправить уведомление" style="edgeLabel;html=1;align=center;verticalAlign=middle;resizable=0;points=[];fontStyle=1;fontSize=12;" parent="54" vertex="1" connectable="0">
          <mxGeometry x="0.6421" relative="1" as="geometry">
-             <mxPoint x="10" y="26" as="offset" />
+             <mxPoint x="-53" y="-10" as="offset" />
          </mxGeometry>
        </mxCell>
        <mxCell id="59" value="&lt;b style=&quot;border-color: rgb(218, 220, 224); font-size: 12px;&quot;&gt;Сервис ЭДО&lt;/b&gt;&lt;br style=&quot;border-color: rgb(218, 220, 224); font-size: 12px;&quot;&gt;Отправка/приём документов" style="rounded=1;whiteSpace=wrap;html=1;fontSize=16;fillColor=#dae8fc;strokeColor=#6c8ebf;" parent="13" vertex="1">
-           <mxGeometry x="640" y="390" width="160" height="80" as="geometry" />
+           <mxGeometry x="420" y="280" width="160" height="80" as="geometry" />
        </mxCell>
        <mxCell id="60" value="" style="edgeStyle=orthogonalEdgeStyle;rounded=0;orthogonalLoop=1;jettySize=auto;html=1;endArrow=classic;endFill=1;fontSize=10;exitX=1;exitY=0.5;exitDx=0;exitDy=0;entryX=0.5;entryY=0;entryDx=0;entryDy=0;" parent="13" source="14" target="59" edge="1">
          <mxGeometry x="0.5172" relative="1" as="geometry">
            <mxPoint x="190" y="70" as="sourcePoint" />
            <mxPoint x="360" y="210" as="targetPoint" />
            <Array as="points">
              <mxPoint x="420" y="60" />
              <mxPoint x="420" y="150" />
              <mxPoint x="620" y="150" />
-               <mxPoint x="620" y="380" />
-               <mxPoint x="720" y="380" />
+               <mxPoint x="620" y="270" />
+               <mxPoint x="500" y="270" />
            </Array>
            <mxPoint as="offset" />
          </mxGeometry>
        </mxCell>
        <mxCell id="61" value="отправить / получить" style="edgeLabel;html=1;align=center;verticalAlign=middle;resizable=0;points=[];fontStyle=1;fontSize=12;" parent="60" vertex="1" connectable="0">
          <mxGeometry x="0.6421" relative="1" as="geometry">
-             <mxPoint x="100" y="36" as="offset" />
+             <mxPoint x="-120" y="-1" as="offset" />
          </mxGeometry>
        </mxCell>
        <mxCell id="62" value="&lt;b style=&quot;border-color: rgb(218, 220, 224); font-size: 12px;&quot;&gt;Сервис проверки лимитов&lt;/b&gt;&lt;br style=&quot;border-color: rgb(218, 220, 224); font-size: 12px;&quot;&gt;ERP, ручной режим" style="rounded=1;whiteSpace=wrap;html=1;fontSize=16;fillColor=#dae8fc;strokeColor=#6c8ebf;" parent="13" vertex="1">
-           <mxGeometry x="400" y="320" width="160" height="80" as="geometry" />
-         </mxCell>
-         <mxCell id="67" value="" style="edgeStyle=orthogonalEdgeStyle;rounded=0;orthogonalLoop=1;jettySize=auto;html=1;endArrow=classic;endFill=1;fontSize=10;exitX=1;exitY=0.5;exitDx=0;exitDy=0;entryX=0.5;entryY=0;entryDx=0;entryDy=0;" edge="1" parent="13" source="14" target="62">
+           <mxGeometry x="260" y="170" width="160" height="80" as="geometry" />
+         </mxCell>
+         <mxCell id="67" value="" style="edgeStyle=orthogonalEdgeStyle;rounded=0;orthogonalLoop=1;jettySize=auto;html=1;endArrow=classic;endFill=1;fontSize=10;exitX=1;exitY=0.5;exitDx=0;exitDy=0;entryX=0.5;entryY=0;entryDx=0;entryDy=0;" parent="13" source="14" target="62" edge="1">
          <mxGeometry x="0.5172" relative="1" as="geometry">
            <mxPoint x="190" y="70" as="sourcePoint" />
            <mxPoint x="730" y="400" as="targetPoint" />
            <Array as="points">
              <mxPoint x="420" y="60" />
              <mxPoint x="420" y="150" />
-               <mxPoint x="480" y="150" />
-             </Array>
-             <mxPoint as="offset" />
-           </mxGeometry>
-         </mxCell>
-         <mxCell id="68" value="отправить / получить" style="edgeLabel;html=1;align=center;verticalAlign=middle;resizable=0;points=[];fontStyle=1;fontSize=12;" vertex="1" connectable="0" parent="67">
-           <mxGeometry x="0.6421" relative="1" as="geometry">
-             <mxPoint y="70" as="offset" />
+               <mxPoint x="340" y="150" />
+             </Array>
+             <mxPoint as="offset" />
+           </mxGeometry>
+         </mxCell>
+         <mxCell id="68" value="отправить / получить" style="edgeLabel;html=1;align=center;verticalAlign=middle;resizable=0;points=[];fontStyle=1;fontSize=12;" parent="67" vertex="1" connectable="0">
+           <mxGeometry x="0.6421" relative="1" as="geometry">
+             <mxPoint x="-54" y="-10" as="offset" />
          </mxGeometry>
        </mxCell>
        <mxCell id="29" value="" style="swimlane;startSize=0;strokeWidth=3;fillColor=#ffe6cc;fillStyle=solid;perimeterSpacing=0;swimlaneLine=0;glass=0;labelBackgroundColor=none;labelBorderColor=none;noLabel=1;strokeColor=#d79b00;" parent="1" vertex="1">
          <mxGeometry x="1280" y="40" width="240" height="320" as="geometry" />
        </mxCell>
        <mxCell id="30" value="&lt;font style=&quot;font-size: 16px; font-weight: normal;&quot;&gt;&lt;span style=&quot;border-color: rgb(218, 220, 224);&quot;&gt;Репозиторий документов&lt;/span&gt;&lt;br style=&quot;border-color: rgb(218, 220, 224);&quot;&gt;Объектное хранилище (S3) + SHA-256&lt;/font&gt;" style="rounded=1;whiteSpace=wrap;html=1;fontSize=16;fillColor=#ffe6cc;strokeColor=#d79b00;fontStyle=1" parent="29" vertex="1">
          <mxGeometry x="20" y="20" width="200" height="80" as="geometry" />
        </mxCell>
        <mxCell id="32" value="Данные" style="rounded=1;whiteSpace=wrap;html=1;fillColor=#ffe6cc;strokeColor=#d79b00;fontSize=16;arcSize=0;fontStyle=1" parent="29" vertex="1">
          <mxGeometry y="-40" width="120" height="40" as="geometry" />
        </mxCell>
        <mxCell id="33" value="&lt;b style=&quot;border-color: rgb(218, 220, 224); font-size: 12px;&quot;&gt;Кэш&lt;/b&gt;&lt;br style=&quot;border-color: rgb(218, 220, 224); font-size: 12px; font-weight: 400;&quot;&gt;Redis / in-memory&lt;br style=&quot;border-color: rgb(218, 220, 224); font-size: 12px; font-weight: 400;&quot;&gt;&lt;span style=&quot;font-size: 12px; font-weight: 400;&quot;&gt;Оргструктура, контрагенты&lt;/span&gt;" style="rounded=1;whiteSpace=wrap;html=1;fontSize=16;fillColor=#ffe6cc;strokeColor=#d79b00;fontStyle=1" parent="29" vertex="1">
          <mxGeometry x="20" y="240" width="200" height="60" as="geometry" />
        </mxCell>
        <mxCell id="31" value="&lt;b style=&quot;border-color: rgb(218, 220, 224); font-size: 12px;&quot;&gt;Реляционная БД&lt;/b&gt;&lt;br style=&quot;border-color: rgb(218, 220, 224); font-size: 12px; font-weight: 400;&quot;&gt;PostgreSQL&lt;br style=&quot;border-color: rgb(218, 220, 224); font-size: 12px; font-weight: 400;&quot;&gt;&lt;span style=&quot;font-size: 12px; font-weight: 400;&quot;&gt;Карточки, задачи, аудит, справочники&lt;/span&gt;" style="rounded=1;whiteSpace=wrap;html=1;fontSize=16;fillColor=#ffe6cc;strokeColor=#d79b00;fontStyle=1" parent="29" vertex="1">
          <mxGeometry x="20" y="120" width="200" height="100" as="geometry" />
        </mxCell>
-         <mxCell id="39" value="кэширование" style="edgeStyle=orthogonalEdgeStyle;rounded=0;orthogonalLoop=1;jettySize=auto;html=1;endArrow=classic;endFill=1;fontSize=12;entryX=0.002;entryY=0.8;entryDx=0;entryDy=0;exitX=1;exitY=0.5;exitDx=0;exitDy=0;fontStyle=1;entryPerimeter=0;" parent="1" source="org-srv" target="31" edge="1">
+         <mxCell id="39" value="кэширование" style="edgeStyle=orthogonalEdgeStyle;rounded=0;orthogonalLoop=1;jettySize=auto;html=1;endArrow=classic;endFill=1;fontSize=12;entryX=0.002;entryY=0.8;entryDx=0;entryDy=0;exitX=1;exitY=0.25;exitDx=0;exitDy=0;fontStyle=1;entryPerimeter=0;" parent="1" source="org-srv" target="31" edge="1">
          <mxGeometry x="0.3321" relative="1" as="geometry">
            <mxPoint x="1010" y="390" as="sourcePoint" />
            <mxPoint x="1310" y="310" as="targetPoint" />
            <Array as="points">
-               <mxPoint x="1060" y="360" />
+               <mxPoint x="1060" y="340" />
              <mxPoint x="1060" y="240" />
            </Array>
            <mxPoint as="offset" />
          </mxGeometry>
        </mxCell>
        <mxCell id="40" value="сохранить файл" style="edgeStyle=orthogonalEdgeStyle;rounded=0;orthogonalLoop=1;jettySize=auto;html=1;endArrow=classic;endFill=1;fontSize=12;exitX=1;exitY=0.25;exitDx=0;exitDy=0;entryX=0;entryY=0.5;entryDx=0;entryDy=0;fontStyle=1;" parent="1" source="15" target="30" edge="1">
          <mxGeometry x="0.0667" relative="1" as="geometry">
            <mxPoint x="1010" y="150" as="sourcePoint" />
            <mxPoint x="1310" y="190" as="targetPoint" />
            <Array as="points">
              <mxPoint x="1030" y="100" />
              <mxPoint x="1030" y="100" />
            </Array>
            <mxPoint as="offset" />
          </mxGeometry>
        </mxCell>
-         <mxCell id="66" value="email / push / SMS" style="edgeStyle=orthogonalEdgeStyle;rounded=0;orthogonalLoop=1;jettySize=auto;html=1;endArrow=classic;endFill=1;fontSize=12;entryX=1;entryY=0.5;entryDx=0;entryDy=0;exitX=0.5;exitY=1;exitDx=0;exitDy=0;fontStyle=1" parent="1" source="53" target="65" edge="1">
-           <mxGeometry x="0.7701" y="-10" relative="1" as="geometry">
+         <mxCell id="66" value="email / push / SMS" style="edgeStyle=orthogonalEdgeStyle;rounded=0;orthogonalLoop=1;jettySize=auto;html=1;endArrow=classic;endFill=1;fontSize=12;entryX=1;entryY=0.5;entryDx=0;entryDy=0;exitX=0;exitY=0.5;exitDx=0;exitDy=0;fontStyle=1" parent="1" source="53" target="65" edge="1">
+           <mxGeometry x="0.44" y="-10" relative="1" as="geometry">
            <mxPoint x="850" y="480" as="sourcePoint" />
            <mxPoint x="70" y="650" as="targetPoint" />
            <Array as="points">
-               <mxPoint x="550" y="700" />
+               <mxPoint x="190" y="430" />
+               <mxPoint x="190" y="520" />
            </Array>
            <mxPoint as="offset" />
          </mxGeometry>
        </mxCell>
      </root>
    </mxGraphModel>
  </diagram>
</mxfile>
